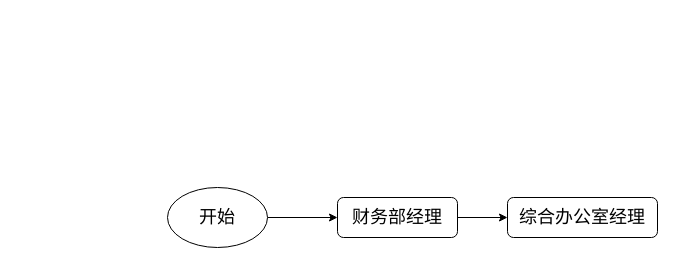
Earlier version of the draw.io diagram BPM_JTZB_GNRERP004 - DC_L400910004_A.drawio (wyxvincent/flow_charts). Source tidied: cells renumbered, new cells numbered last; positions are measured from the earlier drawing's top-left corner, leaving out a move shared by most shapes. Both pictures are drawn from the tidied source at 100%, with x=0, y=0 at pixel (167, 187).
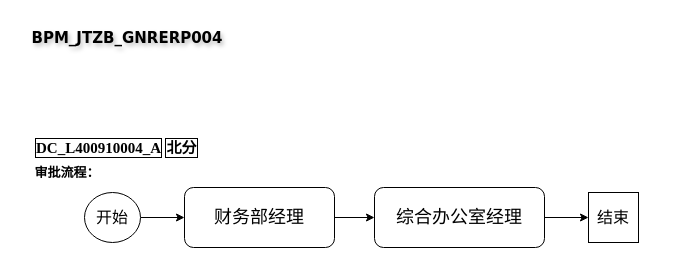
The same diagram, later.

The edit, as a diff of the source:
```diff
@@
 <mxGraphModel>
   <root>
     <mxCell id="0" />
     <mxCell id="1" parent="0" />
     <mxCell id="2" style="edgeStyle=orthogonalEdgeStyle;rounded=0;jettySize=auto;html=1;" parent="1" edge="1" source="3" target="6">
       <mxGeometry relative="1" as="geometry" />
     </mxCell>
     <mxCell id="3" value="&lt;font style=&quot;font-size: 18px;&quot;&gt;财务部经理&lt;/font&gt;" style="rounded=1;whiteSpace=wrap;html=1;fontSize=12;glass=0;strokeWidth=1;shadow=0;" parent="1" vertex="1">
-      <mxGeometry x="170" y="10" width="120" height="40" as="geometry" />
+      <mxGeometry x="17" width="150" height="60" as="geometry" />
     </mxCell>
     <mxCell id="4" style="edgeStyle=orthogonalEdgeStyle;rounded=0;jettySize=auto;html=1;" parent="1" edge="1" source="5" target="3">
       <mxGeometry relative="1" as="geometry" />
     </mxCell>
-    <mxCell id="5" value="&lt;font style=&quot;font-size: 18px;&quot;&gt;开始&lt;/font&gt;" style="ellipse;whiteSpace=wrap;html=1;" parent="1" vertex="1">
-      <mxGeometry width="100" height="60" as="geometry" />
+    <mxCell id="5" value="&lt;font style=&quot;font-size: 16px;&quot;&gt;开始&lt;/font&gt;" style="ellipse;whiteSpace=wrap;html=1;" parent="1" vertex="1">
+      <mxGeometry x="-83" y="5" width="56" height="50" as="geometry" />
     </mxCell>
+    <mxCell id="7" style="edgeStyle=orthogonalEdgeStyle;rounded=0;jettySize=auto;html=1;" parent="1" edge="1" source="6" target="8">
+      <mxGeometry relative="1" as="geometry" />
+    </mxCell>
     <mxCell id="6" value="&lt;font style=&quot;font-size: 18px;&quot;&gt;综合办公室经理&lt;/font&gt;" style="rounded=1;whiteSpace=wrap;html=1;fontSize=12;glass=0;strokeWidth=1;shadow=0;" parent="1" vertex="1">
-      <mxGeometry x="340" y="10" width="150" height="40" as="geometry" />
+      <mxGeometry x="207" width="170" height="60" as="geometry" />
     </mxCell>
+    <mxCell id="8" value="&lt;font style=&quot;font-size: 16px;&quot;&gt;结束&lt;/font&gt;" style="whiteSpace=wrap;html=1;" parent="1" vertex="1">
+      <mxGeometry x="421" y="5" width="50" height="50" as="geometry" />
+    </mxCell>
+    <mxCell id="9" value="BPM_JTZB_GNRERP004" style="text;html=1;align=center;verticalAlign=middle;whiteSpace=wrap;rounded=0;fontStyle=1;fontFamily=Verdana;fontSize=15;labelBorderColor=none;labelBackgroundColor=none;textShadow=1;" parent="1" vertex="1">
+      <mxGeometry x="-150" y="-170" width="220" height="40" as="geometry" />
+    </mxCell>
+    <mxCell id="10" value="DC_L400910004_A" style="text;html=1;align=center;verticalAlign=middle;whiteSpace=wrap;rounded=0;fontStyle=1;fontFamily=Times New Roman;fontSize=15;labelBackgroundColor=none;labelBorderColor=default;" parent="1" vertex="1">
+      <mxGeometry x="-140" y="-60" width="143" height="40" as="geometry" />
+    </mxCell>
+    <mxCell id="11" value="北分" style="text;html=1;align=center;verticalAlign=middle;whiteSpace=wrap;rounded=0;fontStyle=1;fontFamily=Times New Roman;fontSize=15;labelBorderColor=default;" parent="1" vertex="1">
+      <mxGeometry x="-17" y="-60" width="63" height="40" as="geometry" />
+    </mxCell>
+    <mxCell id="12" value="审批流程：" style="text;html=1;align=center;verticalAlign=middle;whiteSpace=wrap;rounded=0;fontStyle=1;fontFamily=Times New Roman;fontSize=13;textShadow=0;" parent="1" vertex="1">
+      <mxGeometry x="-140" y="-35" width="80" height="40" as="geometry" />
+    </mxCell>
   </root>
 </mxGraphModel>
```
